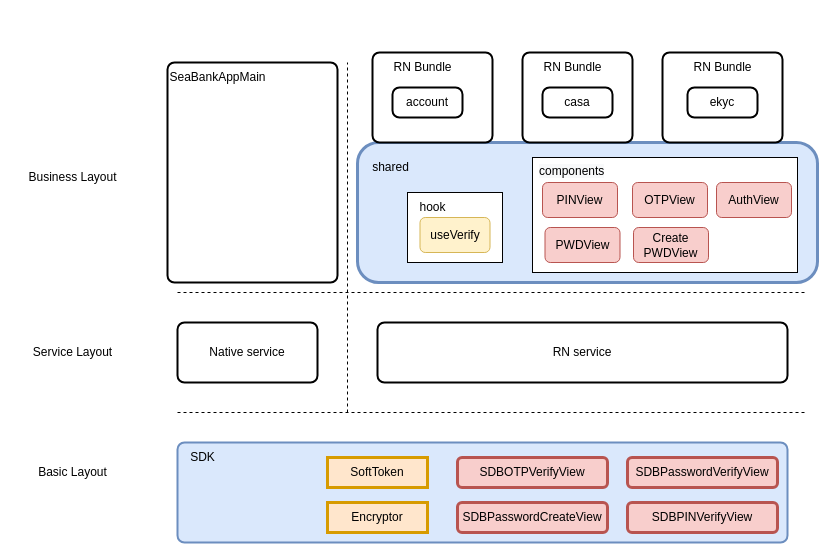
The draw.io diagram useVerify/登陆认证overall Design.drawio in RexYao97/sfrex, before the edit. Source tidied: cells renumbered, new cells numbered last; positions are measured from the earlier drawing's top-left corner, leaving out a move shared by most shapes. Both pictures are drawn from the tidied source at 100%, with x=0, y=0 at pixel (17, 52).
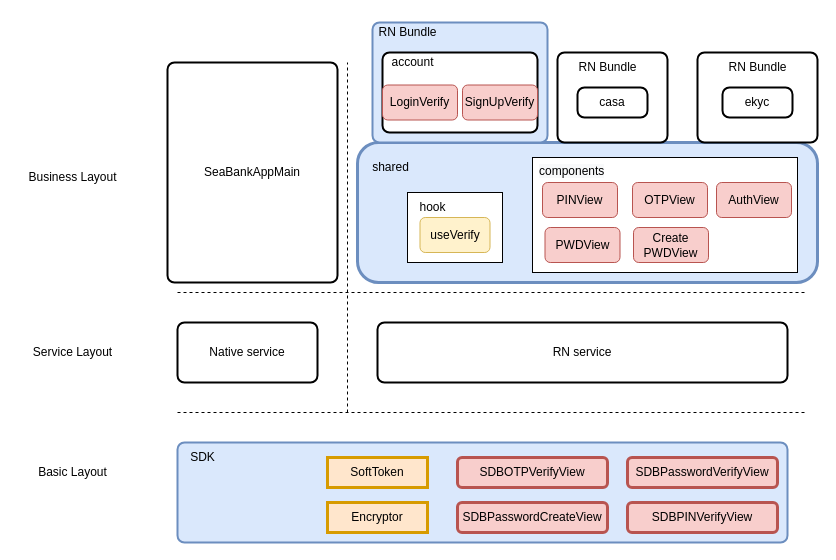
The same page after the edit.

Commit message:
更新登陆认证overall Design.drawio

Change to the diagram source:
```diff
@@
-    <mxCell id="4" style="rounded=1;whiteSpace=wrap;html=1;absoluteArcSize=1;arcSize=14;strokeWidth=2;" parent="1" vertex="1">
+    <mxCell id="4" value="&lt;span style=&quot;&quot;&gt;SeaBankAppMain&lt;/span&gt;" style="rounded=1;whiteSpace=wrap;html=1;absoluteArcSize=1;arcSize=14;strokeWidth=2;" parent="1" vertex="1">
       <mxGeometry x="150" y="10" width="170" height="220" as="geometry" />
     </mxCell>
-    <mxCell id="5" style="rounded=1;whiteSpace=wrap;html=1;absoluteArcSize=1;arcSize=14;strokeWidth=2;" parent="1" vertex="1">
-      <mxGeometry x="355" width="120" height="90" as="geometry" />
+    <mxCell id="5" style="rounded=1;whiteSpace=wrap;html=1;absoluteArcSize=1;arcSize=14;strokeWidth=2;fillColor=#dae8fc;strokeColor=#6c8ebf;" parent="1" vertex="1">
+      <mxGeometry x="355" y="-30" width="175" height="120" as="geometry" />
     </mxCell>
     <mxCell id="6" value="RN Bundle" style="text;html=1;align=center;verticalAlign=middle;strokeColor=none;fillColor=none;" parent="1" vertex="1">
-      <mxGeometry x="365" width="80" height="30" as="geometry" />
+      <mxGeometry x="350" y="-35" width="80" height="30" as="geometry" />
     </mxCell>
     <mxCell id="7" style="rounded=1;whiteSpace=wrap;html=1;absoluteArcSize=1;arcSize=14;strokeWidth=2;" parent="1" vertex="1">
-      <mxGeometry x="505" width="110" height="90" as="geometry" />
+      <mxGeometry x="540" width="110" height="90" as="geometry" />
     </mxCell>
     <mxCell id="8" value="RN Bundle" style="text;html=1;align=center;verticalAlign=middle;strokeColor=none;fillColor=none;" parent="1" vertex="1">
-      <mxGeometry x="515" width="80" height="30" as="geometry" />
+      <mxGeometry x="550" width="80" height="30" as="geometry" />
     </mxCell>
     <mxCell id="9" style="rounded=1;whiteSpace=wrap;html=1;absoluteArcSize=1;arcSize=14;strokeWidth=2;" parent="1" vertex="1">
-      <mxGeometry x="645" width="120" height="90" as="geometry" />
+      <mxGeometry x="680" width="120" height="90" as="geometry" />
     </mxCell>
     <mxCell id="10" value="RN Bundle" style="text;html=1;align=center;verticalAlign=middle;strokeColor=none;fillColor=none;" parent="1" vertex="1">
-      <mxGeometry x="665" width="80" height="30" as="geometry" />
+      <mxGeometry x="700" width="80" height="30" as="geometry" />
     </mxCell>
-    <mxCell id="11" value="&lt;span style=&quot;&quot;&gt;account&lt;/span&gt;" style="rounded=1;whiteSpace=wrap;html=1;absoluteArcSize=1;arcSize=14;strokeWidth=2;" parent="1" vertex="1">
-      <mxGeometry x="375" y="35" width="70" height="30" as="geometry" />
+    <mxCell id="11" style="rounded=1;whiteSpace=wrap;html=1;absoluteArcSize=1;arcSize=14;strokeWidth=2;" parent="1" vertex="1">
+      <mxGeometry x="365" width="155" height="80" as="geometry" />
     </mxCell>
     <mxCell id="12" value="&lt;span style=&quot;&quot;&gt;casa&lt;/span&gt;" style="rounded=1;whiteSpace=wrap;html=1;absoluteArcSize=1;arcSize=14;strokeWidth=2;" parent="1" vertex="1">
-      <mxGeometry x="525" y="35" width="70" height="30" as="geometry" />
+      <mxGeometry x="560" y="35" width="70" height="30" as="geometry" />
     </mxCell>
     <mxCell id="13" value="&lt;span style=&quot;&quot;&gt;ekyc&lt;/span&gt;" style="rounded=1;whiteSpace=wrap;html=1;absoluteArcSize=1;arcSize=14;strokeWidth=2;" parent="1" vertex="1">
-      <mxGeometry x="670" y="35" width="70" height="30" as="geometry" />
+      <mxGeometry x="705" y="35" width="70" height="30" as="geometry" />
     </mxCell>
-    <mxCell id="14" value="SeaBankAppMain" style="text;html=1;align=center;verticalAlign=middle;strokeColor=none;fillColor=none;" parent="1" vertex="1">
-      <mxGeometry x="140" y="10" width="120" height="30" as="geometry" />
-    </mxCell>
@@
+    <mxCell id="41" value="&lt;span style=&quot;&quot;&gt;account&lt;/span&gt;" style="text;html=1;align=center;verticalAlign=middle;strokeColor=none;fillColor=none;" parent="1" vertex="1">
+      <mxGeometry x="360" y="-5" width="70" height="30" as="geometry" />
+    </mxCell>
+    <mxCell id="42" value="LoginVerify" style="rounded=1;whiteSpace=wrap;html=1;fillColor=#f8cecc;strokeColor=#b85450;" parent="1" vertex="1">
+      <mxGeometry x="365" y="32.5" width="75" height="35" as="geometry" />
+    </mxCell>
+    <mxCell id="43" value="SignUpVerify" style="rounded=1;whiteSpace=wrap;html=1;fillColor=#f8cecc;strokeColor=#b85450;" parent="1" vertex="1">
+      <mxGeometry x="445" y="32.5" width="75" height="35" as="geometry" />
+    </mxCell>
```
